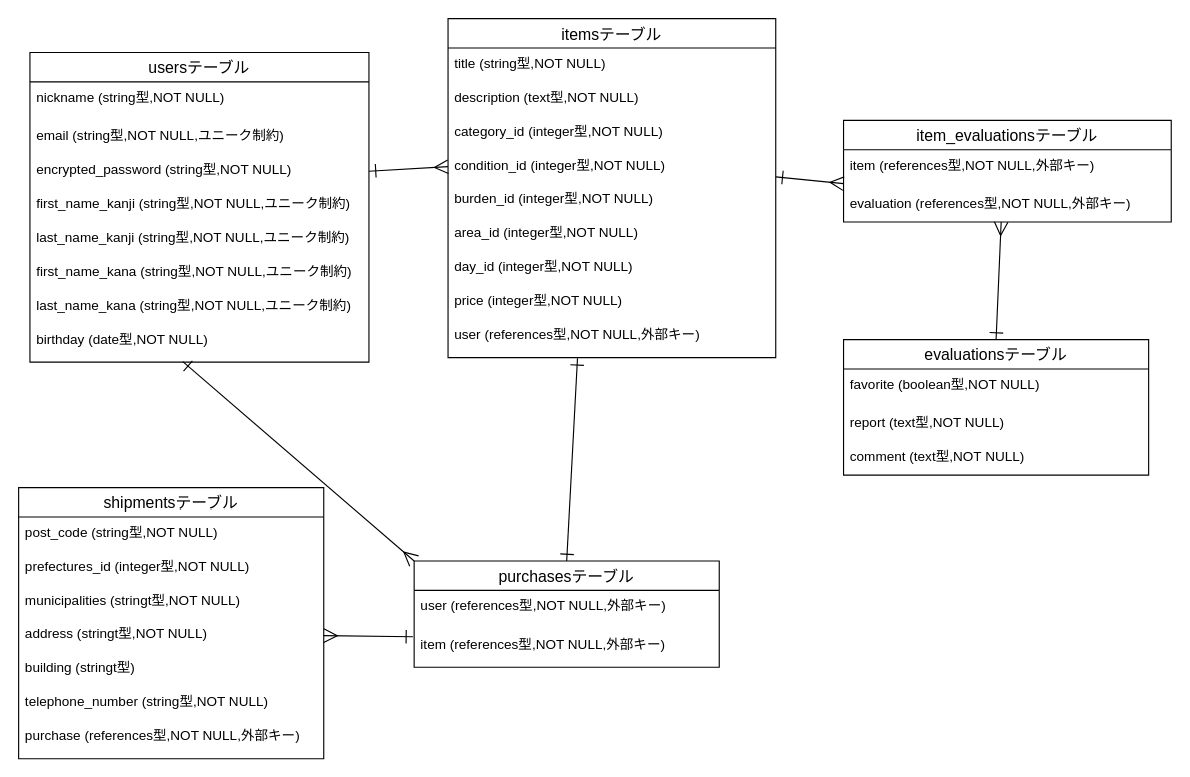
Above: page "ページ1" (1 of 2) of furima-ER.dio in miradori/furima-39710 (draw.io), before the change. Source tidied: cells renumbered, new cells numbered last; positions are measured from the earlier drawing's top-left corner, leaving out a move shared by most shapes. Both pictures are drawn from the tidied source at 113%, with x=0, y=0 at pixel (18, 18).
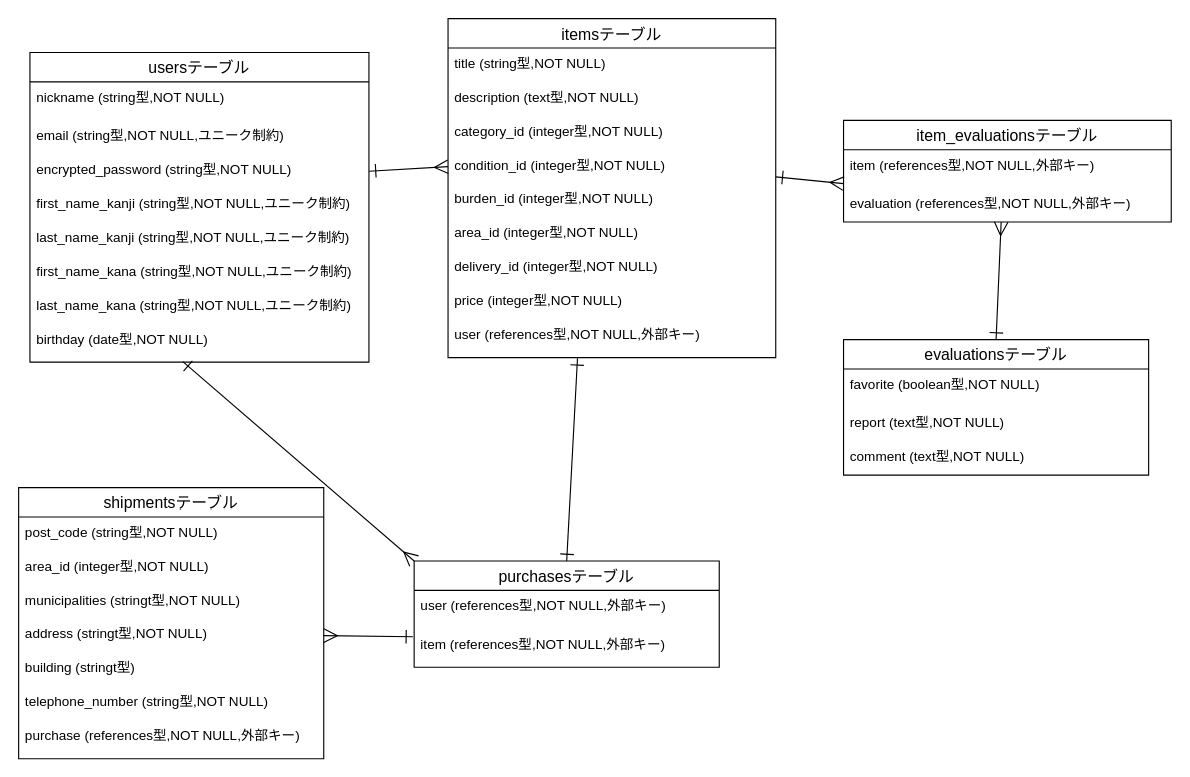
After the change.

Commit message (it also covers changes not shown here):
データベース設計ver03

Unchanged cells that the change refers to:
```xml
<mxCell id="11" value="itemsテーブル" style="swimlane;fontStyle=0;horizontal=1;startSize=26;align=center;fontSize=14;" parent="1" vertex="1">
  <mxGeometry x="380" width="290" height="300" as="geometry" />
</mxCell>
<mxCell id="36" value="shipmentsテーブル" style="swimlane;fontStyle=0;horizontal=1;startSize=26;align=center;fontSize=14;" parent="1" vertex="1">
  <mxGeometry y="415" width="270" height="240" as="geometry" />
</mxCell>
```

Change to the diagram source:
```diff
@@
-    <mxCell id="18" value="day_id (integer型,NOT NULL)" style="text;strokeColor=none;fillColor=none;spacingLeft=4;spacingRight=4;overflow=hidden;fontSize=12;" parent="11" vertex="1">
+    <mxCell id="18" value="delivery_id (integer型,NOT NULL)" style="text;strokeColor=none;fillColor=none;spacingLeft=4;spacingRight=4;overflow=hidden;fontSize=12;" parent="11" vertex="1">
       <mxGeometry y="206" width="290" height="30" as="geometry" />
     </mxCell>
@@
-    <mxCell id="38" value="prefectures_id (integer型,NOT NULL)" style="text;strokeColor=none;fillColor=none;spacingLeft=4;spacingRight=4;overflow=hidden;fontSize=12;" parent="36" vertex="1">
+    <mxCell id="38" value="area_id (integer型,NOT NULL)" style="text;strokeColor=none;fillColor=none;spacingLeft=4;spacingRight=4;overflow=hidden;fontSize=12;" parent="36" vertex="1">
       <mxGeometry y="56" width="270" height="30" as="geometry" />
     </mxCell>
```
